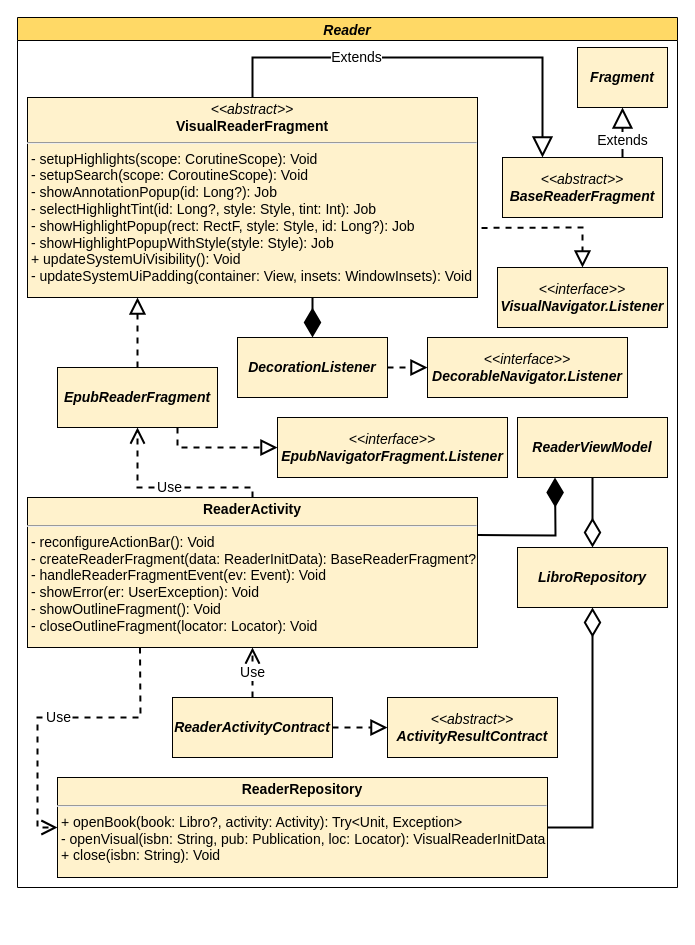
Earlier version of the draw.io diagram page "Page-16" (16 of 16) of tesi-2.drawio (paganellif/tesi-paganelli). Source tidied: cells renumbered, new cells numbered last; positions are measured from the earlier drawing's top-left corner, leaving out a move shared by most shapes. Both pictures are drawn from the tidied source at 100%, with x=0, y=0 at pixel (17, 17).
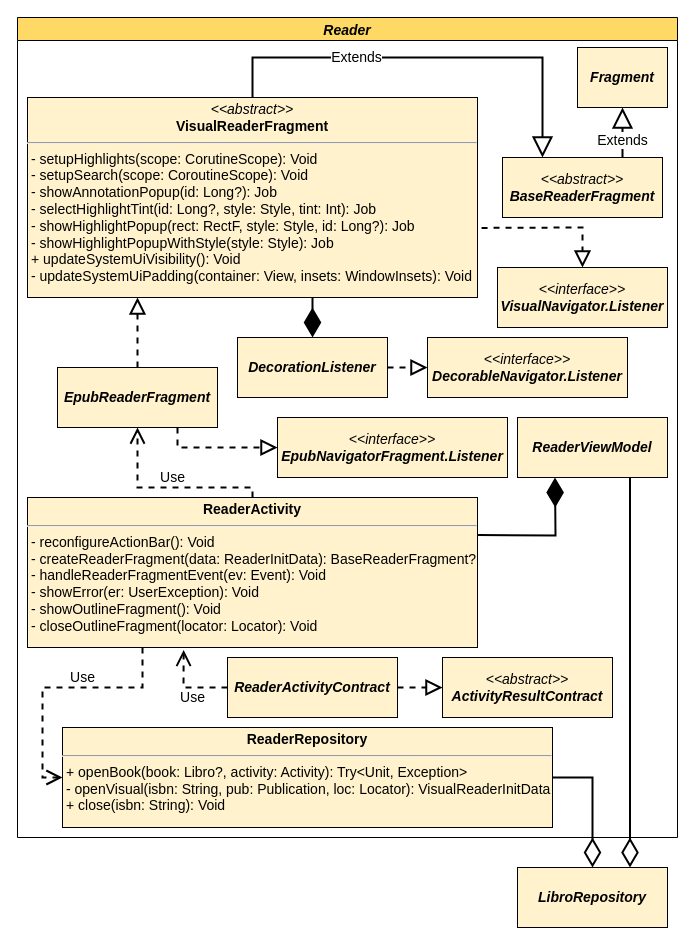
Above is the later version.

Unchanged cells that the change refers to:
```xml
<mxCell id="10" value="&lt;span style=&quot;font-size: 14px;&quot;&gt;&lt;span style=&quot;font-size: 14px;&quot;&gt;&lt;b style=&quot;font-style: italic;&quot;&gt;EpubReaderFragment&lt;/b&gt;&lt;/span&gt;&lt;/span&gt;" style="rounded=0;whiteSpace=wrap;html=1;fontSize=14;strokeColor=#000000;fillColor=#FFF2CC;" parent="1" vertex="1">
  <mxGeometry x="40" y="350" width="160" height="60" as="geometry" />
</mxCell>
<mxCell id="14" value="&lt;p style=&quot;margin: 4px 0px 0px; text-align: center; font-size: 14px;&quot;&gt;&lt;b style=&quot;font-size: 14px;&quot;&gt;ReaderActivity&lt;/b&gt;&lt;/p&gt;&lt;hr style=&quot;font-size: 14px;&quot;&gt;&lt;p style=&quot;margin: 0px 0px 0px 4px; font-size: 14px;&quot;&gt;- reconfigureActionBar(): Void&lt;/p&gt;&lt;p style=&quot;margin: 0px 0px 0px 4px; font-size: 14px;&quot;&gt;- createReaderFragment(data: ReaderInitData): BaseReaderFragment?&lt;/p&gt;&lt;p style=&quot;margin: 0px 0px 0px 4px; font-size: 14px;&quot;&gt;- handleReaderFragmentEvent(ev: Event): Void&lt;/p&gt;&lt;p style=&quot;margin: 0px 0px 0px 4px; font-size: 14px;&quot;&gt;- showError(er: UserException): Void&lt;/p&gt;&lt;p style=&quot;margin: 0px 0px 0px 4px; font-size: 14px;&quot;&gt;- showOutlineFragment(): Void&lt;/p&gt;&lt;p style=&quot;margin: 0px 0px 0px 4px; font-size: 14px;&quot;&gt;- closeOutlineFragment(locator: Locator): Void&lt;/p&gt;&lt;p style=&quot;margin: 0px 0px 0px 4px; font-size: 14px;&quot;&gt;&lt;br&gt;&lt;/p&gt;" style="verticalAlign=top;align=left;overflow=fill;fontSize=14;fontFamily=Helvetica;html=1;fillColor=#FFF2CC;strokeWidth=1;" parent="1" vertex="1">
  <mxGeometry x="10" y="480" width="450" height="150" as="geometry" />
</mxCell>
<mxCell id="20" value="&lt;span style=&quot;font-size: 14px;&quot;&gt;&lt;span style=&quot;font-size: 14px;&quot;&gt;&lt;b style=&quot;font-style: italic;&quot;&gt;ReaderViewModel&lt;/b&gt;&lt;/span&gt;&lt;/span&gt;" style="rounded=0;whiteSpace=wrap;html=1;fontSize=14;strokeColor=#000000;fillColor=#FFF2CC;" parent="1" vertex="1">
  <mxGeometry x="500" y="400" width="150" height="60" as="geometry" />
</mxCell>
```

Change to the diagram source:
```diff
@@
     <mxCell id="15" value="Use" style="endArrow=open;endSize=12;dashed=1;html=1;rounded=0;fontSize=14;entryX=0.5;entryY=1;entryDx=0;entryDy=0;exitX=0.5;exitY=0;exitDx=0;exitDy=0;strokeWidth=2;" parent="1" edge="1" source="14" target="10">
-      <mxGeometry relative="1" as="geometry">
+      <mxGeometry x="-0.03" y="-10" relative="1" as="geometry">
         <Array as="points">
           <mxPoint x="235" y="470" />
           <mxPoint x="120" y="470" />
         </Array>
       </mxGeometry>
     </mxCell>
-    <mxCell id="16" value="&lt;span style=&quot;font-size: 14px;&quot;&gt;&lt;span style=&quot;font-size: 14px;&quot;&gt;&lt;b style=&quot;font-style: italic;&quot;&gt;ReaderActivityContract&lt;/b&gt;&lt;/span&gt;&lt;/span&gt;" style="rounded=0;whiteSpace=wrap;html=1;fontSize=14;strokeColor=#000000;fillColor=#FFF2CC;" parent="1" vertex="1">
-      <mxGeometry x="155" y="680" width="160" height="60" as="geometry" />
-    </mxCell>
-    <mxCell id="17" value="&lt;span style=&quot;font-size: 14px;&quot;&gt;&lt;span style=&quot;font-size: 14px;&quot;&gt;&lt;i&gt;&amp;lt;&amp;lt;abstract&amp;gt;&amp;gt;&lt;/i&gt;&lt;br&gt;&lt;b&gt;&lt;i&gt;ActivityResultContract&lt;/i&gt;&lt;/b&gt;&lt;br&gt;&lt;/span&gt;&lt;/span&gt;" style="rounded=0;whiteSpace=wrap;html=1;fontSize=14;strokeColor=#000000;fillColor=#FFF2CC;" parent="1" vertex="1">
-      <mxGeometry x="370" y="680" width="170" height="60" as="geometry" />
-    </mxCell>
-    <mxCell id="18" style="endArrow=block;dashed=1;endFill=0;endSize=12;html=1;rounded=0;fontSize=14;entryX=0;entryY=0.5;entryDx=0;entryDy=0;strokeWidth=2;" parent="1" edge="1" source="16" target="17">
-      <mxGeometry relative="1" as="geometry" />
-    </mxCell>
-    <mxCell id="19" value="Use" style="endArrow=open;endSize=12;dashed=1;html=1;rounded=0;fontSize=14;exitX=0.5;exitY=0;exitDx=0;exitDy=0;strokeWidth=2;entryX=0.5;entryY=1;entryDx=0;entryDy=0;" parent="1" edge="1" source="16" target="14">
-      <mxGeometry relative="1" as="geometry" />
+    <mxCell id="19" value="Use" style="endArrow=open;endSize=12;dashed=1;html=1;rounded=0;fontSize=14;exitX=0;exitY=0.5;exitDx=0;exitDy=0;strokeWidth=2;entryX=0.347;entryY=1.016;entryDx=0;entryDy=0;entryPerimeter=0;" parent="1" edge="1" source="16" target="14">
+      <mxGeometry x="-0.14" y="10" relative="1" as="geometry">
+        <Array as="points">
+          <mxPoint x="166" y="670" />
+        </Array>
+      </mxGeometry>
     </mxCell>
@@
     <mxCell id="22" value="&lt;span style=&quot;font-size: 14px;&quot;&gt;&lt;span style=&quot;font-size: 14px;&quot;&gt;&lt;b style=&quot;font-style: italic;&quot;&gt;LibroRepository&lt;/b&gt;&lt;/span&gt;&lt;/span&gt;" style="rounded=0;whiteSpace=wrap;html=1;fontSize=14;strokeColor=#000000;fillColor=#FFF2CC;" parent="1" vertex="1">
-      <mxGeometry x="500" y="530" width="150" height="60" as="geometry" />
+      <mxGeometry x="500" y="850" width="150" height="60" as="geometry" />
     </mxCell>
-    <mxCell id="23" value="&lt;p style=&quot;margin: 4px 0px 0px; text-align: center; font-size: 14px;&quot;&gt;&lt;b style=&quot;font-size: 14px;&quot;&gt;ReaderRepository&lt;/b&gt;&lt;/p&gt;&lt;hr style=&quot;font-size: 14px;&quot;&gt;&lt;p style=&quot;margin: 0px 0px 0px 4px; font-size: 14px;&quot;&gt;+ openBook(book: Libro?, activity: Activity): Try&amp;lt;Unit, Exception&amp;gt;&lt;/p&gt;&lt;p style=&quot;margin: 0px 0px 0px 4px; font-size: 14px;&quot;&gt;- openVisual(isbn: String, pub: Publication, loc: Locator): VisualReaderInitData&lt;/p&gt;&lt;p style=&quot;margin: 0px 0px 0px 4px; font-size: 14px;&quot;&gt;+ close(isbn: String): Void&lt;/p&gt;&lt;p style=&quot;margin: 0px 0px 0px 4px; font-size: 14px;&quot;&gt;&lt;br&gt;&lt;/p&gt;" style="verticalAlign=top;align=left;overflow=fill;fontSize=14;fontFamily=Helvetica;html=1;fillColor=#FFF2CC;strokeWidth=1;" parent="1" vertex="1">
-      <mxGeometry x="40" y="760" width="490" height="100" as="geometry" />
-    </mxCell>
-    <mxCell id="24" style="endArrow=diamondThin;endFill=0;endSize=24;html=1;rounded=0;strokeWidth=2;fontSize=14;exitX=0.5;exitY=1;exitDx=0;exitDy=0;" parent="1" edge="1" source="20" target="22">
+    <mxCell id="24" style="endArrow=diamondThin;endFill=0;endSize=24;html=1;rounded=0;strokeWidth=2;fontSize=14;exitX=0.75;exitY=1;exitDx=0;exitDy=0;entryX=0.75;entryY=0;entryDx=0;entryDy=0;" parent="1" edge="1" source="20" target="22">
       <mxGeometry relative="1" as="geometry" />
     </mxCell>
-    <mxCell id="25" style="endArrow=diamondThin;endFill=0;endSize=24;html=1;rounded=0;strokeWidth=2;fontSize=14;entryX=0.5;entryY=1;entryDx=0;entryDy=0;exitX=1;exitY=0.5;exitDx=0;exitDy=0;" parent="1" edge="1" source="23" target="22">
+    <mxCell id="25" style="endArrow=diamondThin;endFill=0;endSize=24;html=1;rounded=0;strokeWidth=2;fontSize=14;entryX=0.5;entryY=0;entryDx=0;entryDy=0;exitX=1;exitY=0.5;exitDx=0;exitDy=0;" parent="1" edge="1" source="23" target="22">
       <mxGeometry relative="1" as="geometry">
         <Array as="points">
-          <mxPoint x="575" y="810" />
+          <mxPoint x="575" y="760" />
         </Array>
       </mxGeometry>
     </mxCell>
-    <mxCell id="26" value="Use" style="endArrow=open;endSize=12;dashed=1;html=1;rounded=0;fontSize=14;exitX=0.25;exitY=1;exitDx=0;exitDy=0;strokeWidth=2;" parent="1" edge="1" source="14">
-      <mxGeometry relative="1" as="geometry">
-        <mxPoint x="40" y="810" as="targetPoint" />
+    <mxCell id="26" value="Use" style="endArrow=open;endSize=12;dashed=1;html=1;rounded=0;fontSize=14;strokeWidth=2;entryX=0;entryY=0.5;entryDx=0;entryDy=0;" parent="1" edge="1" target="23">
+      <mxGeometry x="-0.2" y="-10" relative="1" as="geometry">
+        <mxPoint x="125" y="630" as="sourcePoint" />
         <Array as="points">
-          <mxPoint x="123" y="700" />
-          <mxPoint x="20" y="700" />
-          <mxPoint x="20" y="810" />
+          <mxPoint x="125" y="670" />
+          <mxPoint x="25" y="670" />
+          <mxPoint x="25" y="760" />
         </Array>
       </mxGeometry>
     </mxCell>
@@
     <mxCell id="30" value="Reader" style="swimlane;fillColor=#FFD966;fontSize=14;fontStyle=3;" parent="1" vertex="1">
-      <mxGeometry width="660" height="870" as="geometry" />
+      <mxGeometry width="660" height="820" as="geometry" />
     </mxCell>
+    <mxCell id="17" value="&lt;span style=&quot;font-size: 14px;&quot;&gt;&lt;span style=&quot;font-size: 14px;&quot;&gt;&lt;i&gt;&amp;lt;&amp;lt;abstract&amp;gt;&amp;gt;&lt;/i&gt;&lt;br&gt;&lt;b&gt;&lt;i&gt;ActivityResultContract&lt;/i&gt;&lt;/b&gt;&lt;br&gt;&lt;/span&gt;&lt;/span&gt;" style="rounded=0;whiteSpace=wrap;html=1;fontSize=14;strokeColor=#000000;fillColor=#FFF2CC;" parent="30" vertex="1">
+      <mxGeometry x="425" y="640" width="170" height="60" as="geometry" />
+    </mxCell>
+    <mxCell id="16" value="&lt;span style=&quot;font-size: 14px;&quot;&gt;&lt;span style=&quot;font-size: 14px;&quot;&gt;&lt;b style=&quot;font-style: italic;&quot;&gt;ReaderActivityContract&lt;/b&gt;&lt;/span&gt;&lt;/span&gt;" style="rounded=0;whiteSpace=wrap;html=1;fontSize=14;strokeColor=#000000;fillColor=#FFF2CC;" parent="30" vertex="1">
+      <mxGeometry x="210" y="640" width="170" height="60" as="geometry" />
+    </mxCell>
+    <mxCell id="18" style="endArrow=block;dashed=1;endFill=0;endSize=12;html=1;rounded=0;fontSize=14;entryX=0;entryY=0.5;entryDx=0;entryDy=0;strokeWidth=2;" parent="30" edge="1" source="16" target="17">
+      <mxGeometry relative="1" as="geometry" />
+    </mxCell>
+    <mxCell id="23" value="&lt;p style=&quot;margin: 4px 0px 0px; text-align: center; font-size: 14px;&quot;&gt;&lt;b style=&quot;font-size: 14px;&quot;&gt;ReaderRepository&lt;/b&gt;&lt;/p&gt;&lt;hr style=&quot;font-size: 14px;&quot;&gt;&lt;p style=&quot;margin: 0px 0px 0px 4px; font-size: 14px;&quot;&gt;+ openBook(book: Libro?, activity: Activity): Try&amp;lt;Unit, Exception&amp;gt;&lt;/p&gt;&lt;p style=&quot;margin: 0px 0px 0px 4px; font-size: 14px;&quot;&gt;- openVisual(isbn: String, pub: Publication, loc: Locator): VisualReaderInitData&lt;/p&gt;&lt;p style=&quot;margin: 0px 0px 0px 4px; font-size: 14px;&quot;&gt;+ close(isbn: String): Void&lt;/p&gt;&lt;p style=&quot;margin: 0px 0px 0px 4px; font-size: 14px;&quot;&gt;&lt;br&gt;&lt;/p&gt;" style="verticalAlign=top;align=left;overflow=fill;fontSize=14;fontFamily=Helvetica;html=1;fillColor=#FFF2CC;strokeWidth=1;" parent="30" vertex="1">
+      <mxGeometry x="45" y="710" width="490" height="100" as="geometry" />
+    </mxCell>
```
